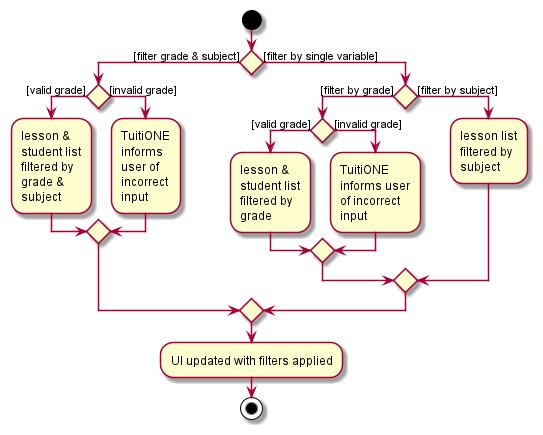
This is docs/images/DeveloperGuideImage/FilterActivityDiagram.png from nus-cs2103-AY2122S1/tp, a PlantUML export, as it was before one commit.
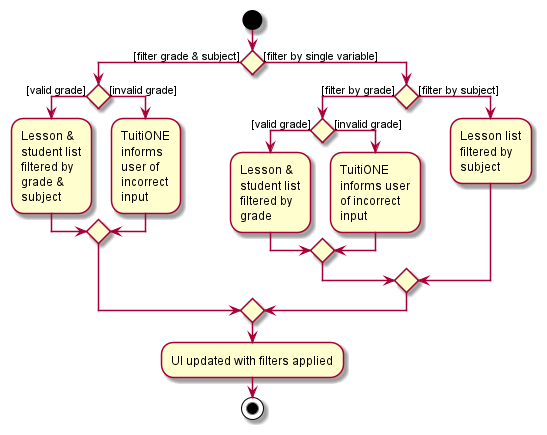
After the commit.

Diff of the diagram source:
```diff
@@ -3,7 +3,7 @@
 start
 if () then ([filter grade & subject])
     if () then ([valid grade])
-        :lesson &
+        :Lesson &
         student list
         filtered by
         grade &
@@ -18,7 +18,7 @@
 else ([filter by single variable])
     if () then ([filter by grade])
         if () then ([valid grade])
-            :lesson &
+            :Lesson &
             student list
             filtered by
             grade;
@@ -29,7 +29,7 @@
             input;
         endif
     else ([filter by subject])
-        :lesson list
+        :Lesson list
         filtered by
         subject;
 
```
